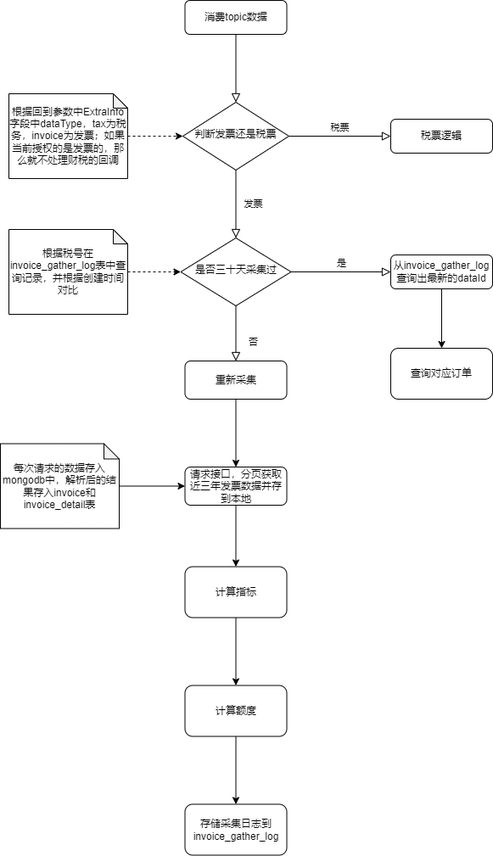
will-ye/learngitinhome keeps this draw.io diagram as 发票指标逻辑.drawio.png. Above is the earlier version. Source tidied: cells renumbered, new cells last; positions are measured from the earlier drawing's top-left corner, leaving out a move shared by most shapes.
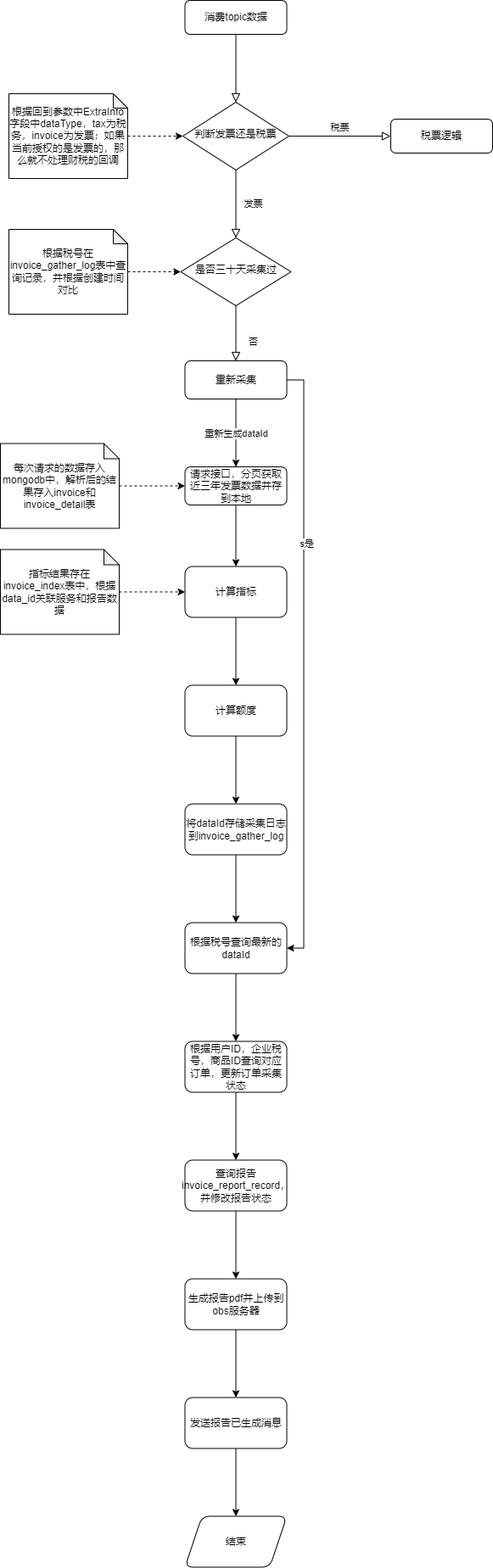
Later version of the same file.

Commit message:
更新发票指标逻辑.drawio.png

Diff of the diagram source:
```diff
@@ -23,31 +23,33 @@
     <mxCell id="8" value="否" style="rounded=0;html=1;jettySize=auto;fontSize=11;endArrow=block;endFill=0;endSize=8;strokeWidth=1;shadow=0;labelBackgroundColor=none;edgeStyle=orthogonalEdgeStyle;" parent="1" edge="1" source="10" target="12">
       <mxGeometry x="0.33" y="20" relative="1" as="geometry" />
     </mxCell>
-    <mxCell id="9" value="是" style="edgeStyle=orthogonalEdgeStyle;rounded=0;html=1;jettySize=auto;fontSize=11;endArrow=block;endFill=0;endSize=8;strokeWidth=1;shadow=0;labelBackgroundColor=none;" parent="1" edge="1" source="10" target="14">
-      <mxGeometry y="10" relative="1" as="geometry" />
-    </mxCell>
     <mxCell id="10" value="是否三十天采集过" style="rhombus;whiteSpace=wrap;html=1;shadow=0;fontFamily=Helvetica;fontSize=12;align=center;strokeWidth=1;spacing=6;spacingTop=-4;" parent="1" vertex="1">
       <mxGeometry x="212.5" y="280" width="130" height="80" as="geometry" />
     </mxCell>
     <mxCell id="11" style="edgeStyle=orthogonalEdgeStyle;rounded=0;jettySize=auto;html=1;" parent="1" edge="1" source="12" target="23">
       <mxGeometry relative="1" as="geometry" />
     </mxCell>
+    <mxCell id="29" value="重新生成dataId" style="edgeLabel;html=1;align=center;verticalAlign=middle;" parent="11" vertex="1">
+      <mxGeometry x="-0.3" y="1" relative="1" as="geometry">
+        <mxPoint x="-1" y="12" as="offset" />
+      </mxGeometry>
+    </mxCell>
+    <mxCell id="30" style="edgeStyle=orthogonalEdgeStyle;rounded=0;jettySize=auto;html=1;exitX=1;exitY=0.5;exitDx=0;exitDy=0;entryX=1;entryY=0.5;entryDx=0;entryDy=0;" parent="1" edge="1" source="12" target="34">
+      <mxGeometry relative="1" as="geometry" />
+    </mxCell>
+    <mxCell id="31" value="s是" style="edgeLabel;html=1;align=center;verticalAlign=middle;" parent="30" vertex="1">
+      <mxGeometry x="-0.4" y="3" relative="1" as="geometry" />
+    </mxCell>
     <mxCell id="12" value="重新采集" style="rounded=1;whiteSpace=wrap;html=1;fontSize=12;glass=0;strokeWidth=1;shadow=0;" parent="1" vertex="1">
       <mxGeometry x="217.5" y="425" width="120" height="45" as="geometry" />
     </mxCell>
-    <mxCell id="13" style="edgeStyle=orthogonalEdgeStyle;rounded=0;jettySize=auto;html=1;" parent="1" edge="1" source="14" target="21">
-      <mxGeometry relative="1" as="geometry" />
-    </mxCell>
-    <mxCell id="14" value="从invoice_gather_log查询出最新的dataId" style="rounded=1;whiteSpace=wrap;html=1;fontSize=12;glass=0;strokeWidth=1;shadow=0;" parent="1" vertex="1">
-      <mxGeometry x="460" y="300" width="120" height="40" as="geometry" />
-    </mxCell>
     <mxCell id="15" style="edgeStyle=orthogonalEdgeStyle;rounded=0;jettySize=auto;html=1;dashed=1;" parent="1" edge="1" source="16" target="10">
       <mxGeometry relative="1" as="geometry" />
     </mxCell>
     <mxCell id="16" value="根据税号在invoice_gather_log表中查询记录，并根据创建时间对比" style="shape=note;whiteSpace=wrap;html=1;backgroundOutline=1;darkOpacity=0.05;size=17;" parent="1" vertex="1">
       <mxGeometry x="10" y="270" width="140" height="100" as="geometry" />
     </mxCell>
-    <mxCell id="17" style="edgeStyle=orthogonalEdgeStyle;rounded=0;jettySize=auto;html=1;" parent="1" edge="1" source="18" target="23">
+    <mxCell id="17" style="edgeStyle=orthogonalEdgeStyle;rounded=0;jettySize=auto;html=1;dashed=1;" parent="1" edge="1" source="18" target="23">
       <mxGeometry relative="1" as="geometry" />
     </mxCell>
     <mxCell id="18" value="每次请求的数据存入mongodb中，解析后的结果存入invoice和invoice_detail表" style="shape=note;whiteSpace=wrap;html=1;backgroundOutline=1;darkOpacity=0.05;size=18;" parent="1" vertex="1">
@@ -59,9 +61,6 @@
     <mxCell id="20" value="根据回到参数中ExtraInfo字段中dataType，tax为税务，invoice为发票；如果当前授权的是发票的，那么就不处理财税的回调" style="shape=note;whiteSpace=wrap;html=1;backgroundOutline=1;darkOpacity=0.05;size=17;" parent="1" vertex="1">
       <mxGeometry x="10" y="110" width="140" height="100" as="geometry" />
     </mxCell>
-    <mxCell id="21" value="查询对应订单" style="whiteSpace=wrap;html=1;rounded=1;glass=0;strokeWidth=1;shadow=0;" parent="1" vertex="1">
-      <mxGeometry x="460" y="410" width="120" height="60" as="geometry" />
-    </mxCell>
     <mxCell id="22" style="edgeStyle=orthogonalEdgeStyle;rounded=0;jettySize=auto;html=1;" parent="1" edge="1" source="23" target="25">
       <mxGeometry relative="1" as="geometry" />
     </mxCell>
@@ -80,8 +79,50 @@
     <mxCell id="27" value="计算额度" style="whiteSpace=wrap;html=1;rounded=1;glass=0;strokeWidth=1;shadow=0;" parent="1" vertex="1">
       <mxGeometry x="217.5" y="807.5" width="120" height="60" as="geometry" />
     </mxCell>
+    <mxCell id="32" style="edgeStyle=orthogonalEdgeStyle;rounded=0;jettySize=auto;html=1;" parent="1" edge="1" source="28" target="34">
+      <mxGeometry relative="1" as="geometry" />
+    </mxCell>
-    <mxCell id="28" value="存储采集日志到invoice_gather_log" style="whiteSpace=wrap;html=1;rounded=1;glass=0;strokeWidth=1;shadow=0;" parent="1" vertex="1">
+    <mxCell id="28" value="将dataId存储采集日志到invoice_gather_log" style="whiteSpace=wrap;html=1;rounded=1;glass=0;strokeWidth=1;shadow=0;" parent="1" vertex="1">
       <mxGeometry x="217.5" y="947.5" width="120" height="60" as="geometry" />
     </mxCell>
+    <mxCell id="33" style="edgeStyle=orthogonalEdgeStyle;rounded=0;jettySize=auto;html=1;" parent="1" edge="1" source="34" target="36">
+      <mxGeometry relative="1" as="geometry" />
+    </mxCell>
+    <mxCell id="34" value="根据税号查询最新的dataId" style="whiteSpace=wrap;html=1;rounded=1;glass=0;strokeWidth=1;shadow=0;" parent="1" vertex="1">
+      <mxGeometry x="217.5" y="1087.5" width="120" height="60" as="geometry" />
+    </mxCell>
+    <mxCell id="35" style="edgeStyle=orthogonalEdgeStyle;rounded=0;jettySize=auto;html=1;" parent="1" edge="1" source="36" target="38">
+      <mxGeometry relative="1" as="geometry" />
+    </mxCell>
+    <mxCell id="36" value="根据用户ID，企业税号，商品ID查询对应订单，更新订单采集状态" style="whiteSpace=wrap;html=1;rounded=1;glass=0;strokeWidth=1;shadow=0;" parent="1" vertex="1">
+      <mxGeometry x="217.5" y="1227.5" width="120" height="60" as="geometry" />
+    </mxCell>
+    <mxCell id="37" style="edgeStyle=orthogonalEdgeStyle;rounded=0;jettySize=auto;html=1;" parent="1" edge="1" source="38" target="40">
+      <mxGeometry relative="1" as="geometry" />
+    </mxCell>
+    <mxCell id="38" value="查询报告invoice_report_record，并修改报告状态" style="whiteSpace=wrap;html=1;rounded=1;glass=0;strokeWidth=1;shadow=0;" parent="1" vertex="1">
+      <mxGeometry x="217.5" y="1367.5" width="120" height="60" as="geometry" />
+    </mxCell>
+    <mxCell id="39" style="edgeStyle=orthogonalEdgeStyle;rounded=0;jettySize=auto;html=1;" parent="1" edge="1" source="40" target="42">
+      <mxGeometry relative="1" as="geometry" />
+    </mxCell>
+    <mxCell id="40" value="生成报告pdf并上传到obs服务器" style="whiteSpace=wrap;html=1;rounded=1;glass=0;strokeWidth=1;shadow=0;" parent="1" vertex="1">
+      <mxGeometry x="217.5" y="1507.5" width="120" height="60" as="geometry" />
+    </mxCell>
+    <mxCell id="41" style="edgeStyle=orthogonalEdgeStyle;rounded=0;jettySize=auto;html=1;" parent="1" edge="1" source="42" target="43">
+      <mxGeometry relative="1" as="geometry" />
+    </mxCell>
+    <mxCell id="42" value="发送报告已生成消息" style="whiteSpace=wrap;html=1;rounded=1;glass=0;strokeWidth=1;shadow=0;" parent="1" vertex="1">
+      <mxGeometry x="217.5" y="1647.5" width="120" height="60" as="geometry" />
+    </mxCell>
+    <mxCell id="43" value="结束" style="shape=parallelogram;perimeter=parallelogramPerimeter;whiteSpace=wrap;html=1;fixedSize=1;rounded=1;glass=0;strokeWidth=1;shadow=0;" parent="1" vertex="1">
+      <mxGeometry x="217.5" y="1787.5" width="120" height="60" as="geometry" />
+    </mxCell>
+    <mxCell id="44" style="edgeStyle=orthogonalEdgeStyle;rounded=0;jettySize=auto;html=1;dashed=1;" parent="1" edge="1" source="45" target="25">
+      <mxGeometry relative="1" as="geometry" />
+    </mxCell>
+    <mxCell id="45" value="指标结果存在invoice_index表中，根据data_id关联服务和报告数据" style="shape=note;whiteSpace=wrap;html=1;backgroundOutline=1;darkOpacity=0.05;size=18;" parent="1" vertex="1">
+      <mxGeometry y="647.5" width="140" height="100" as="geometry" />
+    </mxCell>
   </root>
 </mxGraphModel>
```
